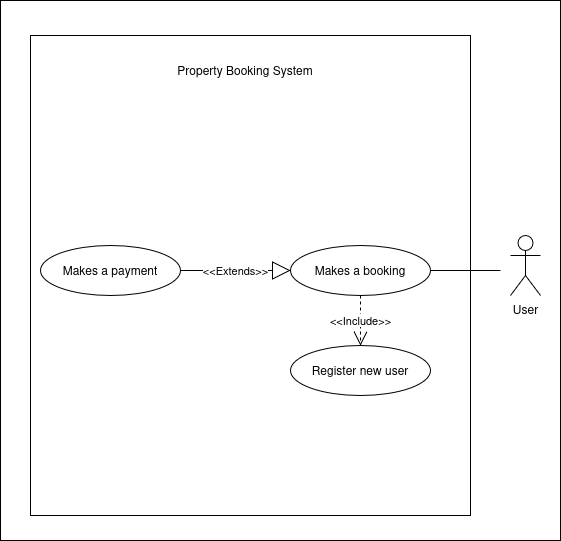
Earlier version of the draw.io export use-case-diagram/use_case_diagram.png (MutabPato/alx-airbnb-project-documentation). Source tidied: cells renumbered, new cells last; positions are measured from the earlier drawing's top-left corner, leaving out a move shared by most shapes. Its diagram source:
```xml
<mxGraphModel>
  <root>
    <mxCell id="0" />
    <mxCell id="1" parent="0" />
    <mxCell id="2" style="rounded=0;whiteSpace=wrap;html=1;" parent="1" vertex="1">
      <mxGeometry width="560" height="540" as="geometry" />
    </mxCell>
    <mxCell id="3" style="rounded=0;whiteSpace=wrap;html=1;" parent="1" vertex="1">
      <mxGeometry x="30" y="35" width="440" height="480" as="geometry" />
    </mxCell>
    <mxCell id="4" value="Property Booking System " style="text;html=1;align=center;verticalAlign=middle;whiteSpace=wrap;rounded=0;" parent="1" vertex="1">
      <mxGeometry x="175" y="55" width="140" height="30" as="geometry" />
    </mxCell>
    <mxCell id="5" value="User" style="shape=umlActor;verticalLabelPosition=bottom;verticalAlign=top;html=1;outlineConnect=0;" parent="1" vertex="1">
      <mxGeometry x="510" y="235" width="30" height="60" as="geometry" />
    </mxCell>
    <mxCell id="6" value="&amp;lt;&amp;lt;Include&amp;gt;&amp;gt;" style="endArrow=open;endSize=12;dashed=1;html=1;rounded=0;exitX=0.5;exitY=1;exitDx=0;exitDy=0;entryX=0.5;entryY=0;entryDx=0;entryDy=0;" parent="1" edge="1" source="7" target="8">
      <mxGeometry relative="1" as="geometry" />
    </mxCell>
    <mxCell id="7" value="Makes a booking" style="ellipse;whiteSpace=wrap;html=1;" parent="1" vertex="1">
      <mxGeometry x="290" y="245" width="140" height="50" as="geometry" />
    </mxCell>
    <mxCell id="8" value="Register new user" style="ellipse;whiteSpace=wrap;html=1;" parent="1" vertex="1">
      <mxGeometry x="290" y="345" width="140" height="50" as="geometry" />
    </mxCell>
    <mxCell id="9" style="endArrow=none;html=1;rounded=0;" parent="1" edge="1" source="7">
      <mxGeometry relative="1" as="geometry">
        <mxPoint x="500" y="270" as="targetPoint" />
      </mxGeometry>
    </mxCell>
    <mxCell id="10" value="Makes a payment" style="ellipse;whiteSpace=wrap;html=1;" parent="1" vertex="1">
      <mxGeometry x="40" y="245" width="140" height="50" as="geometry" />
    </mxCell>
    <mxCell id="11" value="&amp;lt;&amp;lt;Extends&amp;gt;&amp;gt;" style="endArrow=block;endSize=16;endFill=0;html=1;rounded=0;entryX=0;entryY=0.5;entryDx=0;entryDy=0;exitX=1;exitY=0.5;exitDx=0;exitDy=0;" parent="1" edge="1" source="10" target="7">
      <mxGeometry relative="1" as="geometry" />
    </mxCell>
  </root>
</mxGraphModel>
```
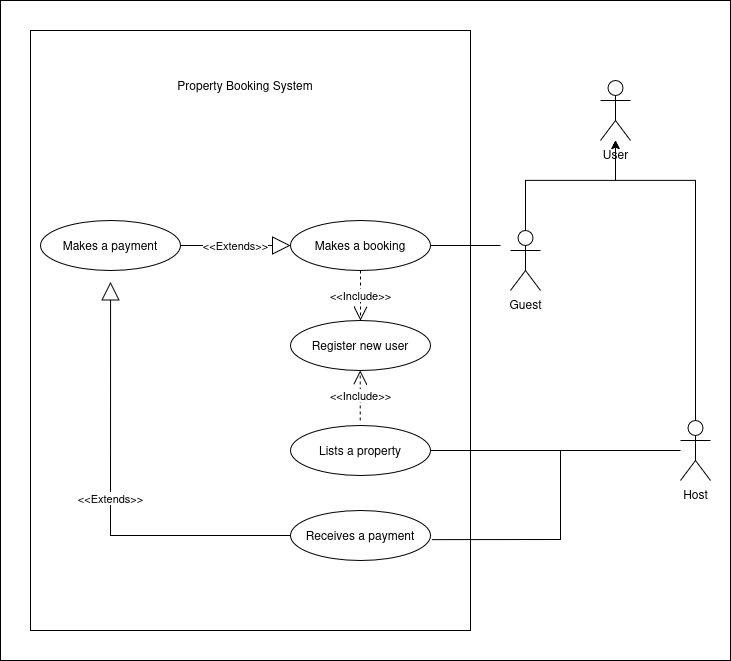
After the change.

Commit message:
use case diagram

Change to the diagram source:
```diff
@@ -3,16 +3,24 @@
     <mxCell id="0" />
     <mxCell id="1" parent="0" />
     <mxCell id="2" style="rounded=0;whiteSpace=wrap;html=1;" parent="1" vertex="1">
-      <mxGeometry width="560" height="540" as="geometry" />
+      <mxGeometry y="25" width="730" height="660" as="geometry" />
     </mxCell>
     <mxCell id="3" style="rounded=0;whiteSpace=wrap;html=1;" parent="1" vertex="1">
-      <mxGeometry x="30" y="35" width="440" height="480" as="geometry" />
+      <mxGeometry x="30" y="55" width="440" height="600" as="geometry" />
     </mxCell>
     <mxCell id="4" value="Property Booking System " style="text;html=1;align=center;verticalAlign=middle;whiteSpace=wrap;rounded=0;" parent="1" vertex="1">
-      <mxGeometry x="175" y="55" width="140" height="30" as="geometry" />
+      <mxGeometry x="175" y="85" width="140" height="50" as="geometry" />
     </mxCell>
+    <mxCell id="12" style="edgeStyle=orthogonalEdgeStyle;rounded=0;jettySize=auto;html=1;" parent="1" edge="1" source="5" target="14">
+      <mxGeometry relative="1" as="geometry">
+        <Array as="points">
+          <mxPoint x="525" y="205" />
+          <mxPoint x="615" y="205" />
+        </Array>
+      </mxGeometry>
+    </mxCell>
-    <mxCell id="5" value="User" style="shape=umlActor;verticalLabelPosition=bottom;verticalAlign=top;html=1;outlineConnect=0;" parent="1" vertex="1">
-      <mxGeometry x="510" y="235" width="30" height="60" as="geometry" />
+    <mxCell id="5" value="Guest" style="shape=umlActor;verticalLabelPosition=bottom;verticalAlign=top;html=1;outlineConnect=0;" parent="1" vertex="1">
+      <mxGeometry x="510" y="255" width="30" height="60" as="geometry" />
     </mxCell>
     <mxCell id="6" value="&amp;lt;&amp;lt;Include&amp;gt;&amp;gt;" style="endArrow=open;endSize=12;dashed=1;html=1;rounded=0;exitX=0.5;exitY=1;exitDx=0;exitDy=0;entryX=0.5;entryY=0;entryDx=0;entryDy=0;" parent="1" edge="1" source="7" target="8">
       <mxGeometry relative="1" as="geometry" />
@@ -34,5 +42,49 @@
     <mxCell id="11" value="&amp;lt;&amp;lt;Extends&amp;gt;&amp;gt;" style="endArrow=block;endSize=16;endFill=0;html=1;rounded=0;entryX=0;entryY=0.5;entryDx=0;entryDy=0;exitX=1;exitY=0.5;exitDx=0;exitDy=0;" parent="1" edge="1" source="10" target="7">
       <mxGeometry relative="1" as="geometry" />
     </mxCell>
+    <mxCell id="13" value="Host" style="shape=umlActor;verticalLabelPosition=bottom;verticalAlign=top;html=1;outlineConnect=0;" parent="1" vertex="1">
+      <mxGeometry x="680" y="445" width="30" height="60" as="geometry" />
+    </mxCell>
+    <mxCell id="14" value="User" style="shape=umlActor;verticalLabelPosition=bottom;verticalAlign=top;html=1;outlineConnect=0;" parent="1" vertex="1">
+      <mxGeometry x="600" y="105" width="30" height="60" as="geometry" />
+    </mxCell>
+    <mxCell id="15" style="edgeStyle=orthogonalEdgeStyle;rounded=0;jettySize=auto;html=1;" parent="1" edge="1" source="13" target="14">
+      <mxGeometry relative="1" as="geometry">
+        <Array as="points">
+          <mxPoint x="695" y="205" />
+          <mxPoint x="615" y="205" />
+        </Array>
+      </mxGeometry>
+    </mxCell>
+    <mxCell id="16" value="Lists a property" style="ellipse;whiteSpace=wrap;html=1;" parent="1" vertex="1">
+      <mxGeometry x="290" y="450" width="140" height="50" as="geometry" />
+    </mxCell>
+    <mxCell id="17" value="&amp;lt;&amp;lt;Include&amp;gt;&amp;gt;" style="endArrow=open;endSize=12;dashed=1;html=1;rounded=0;exitX=0.5;exitY=1;exitDx=0;exitDy=0;entryX=0.5;entryY=0;entryDx=0;entryDy=0;" parent="1" edge="1">
+      <mxGeometry relative="1" as="geometry">
+        <mxPoint x="359.7" y="445" as="sourcePoint" />
+        <mxPoint x="359.7" y="395" as="targetPoint" />
+      </mxGeometry>
+    </mxCell>
+    <mxCell id="18" style="endArrow=none;html=1;rounded=0;entryX=1;entryY=0.5;entryDx=0;entryDy=0;" parent="1" edge="1" source="13" target="16">
+      <mxGeometry relative="1" as="geometry" />
+    </mxCell>
+    <mxCell id="19" value="Receives a payment" style="ellipse;whiteSpace=wrap;html=1;" parent="1" vertex="1">
+      <mxGeometry x="290" y="535" width="140" height="50" as="geometry" />
+    </mxCell>
+    <mxCell id="20" value="&amp;lt;&amp;lt;Extends&amp;gt;&amp;gt;" style="endArrow=block;endSize=16;endFill=0;html=1;rounded=0;exitX=0;exitY=0.5;exitDx=0;exitDy=0;entryX=0.182;entryY=0.419;entryDx=0;entryDy=0;entryPerimeter=0;" parent="1" edge="1" source="19" target="3">
+      <mxGeometry relative="1" as="geometry">
+        <Array as="points">
+          <mxPoint x="110" y="560" />
+        </Array>
+      </mxGeometry>
+    </mxCell>
+    <mxCell id="21" style="endArrow=none;html=1;rounded=0;exitX=1.009;exitY=0.583;exitDx=0;exitDy=0;exitPerimeter=0;" parent="1" edge="1" source="19">
+      <mxGeometry relative="1" as="geometry">
+        <mxPoint x="560" y="475" as="targetPoint" />
+        <Array as="points">
+          <mxPoint x="560" y="564" />
+        </Array>
+      </mxGeometry>
+    </mxCell>
   </root>
 </mxGraphModel>
```
